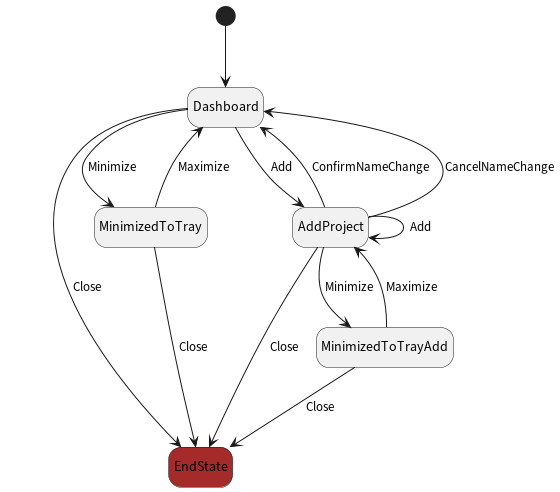
Above: assignments/4_model_based_testing/state_machines/state_machine_1.png in JoaoCostaIFG/tvvs (PlantUML), before the change.
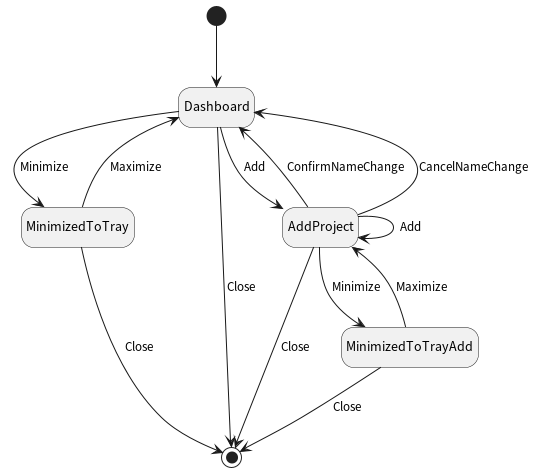
After the change.

What changed in the source:
```diff
@@ -1,24 +1,22 @@
 @startuml
 hide empty description
-
-state EndState #brown
 
 [*] --> Dashboard
 
 Dashboard --> MinimizedToTray : Minimize
-Dashboard --> EndState : Close
+Dashboard --> [*] : Close
 Dashboard --> AddProject : Add
 
 AddProject --> MinimizedToTrayAdd : Minimize
-AddProject --> EndState : Close
+AddProject --> [*] : Close
 AddProject --> Dashboard : ConfirmNameChange
 AddProject --> Dashboard : CancelNameChange
 AddProject --> AddProject : Add
 
 MinimizedToTrayAdd --> AddProject : Maximize
-MinimizedToTrayAdd --> EndState : Close
+MinimizedToTrayAdd --> [*] : Close
 
 MinimizedToTray --> Dashboard : Maximize
-MinimizedToTray --> EndState : Close
+MinimizedToTray --> [*] : Close
 
 @enduml
```
